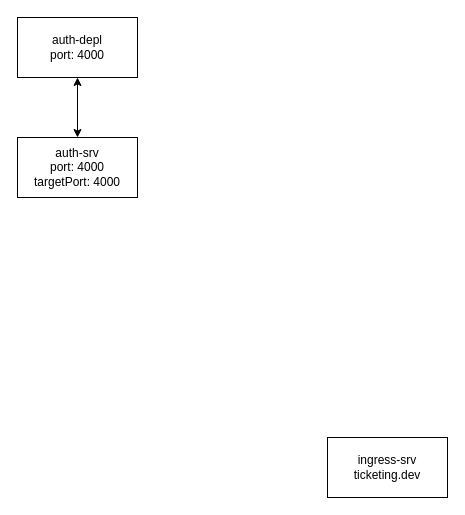
The draw.io diagram diagrams/connection_diagram.drawio in kavishkamk/ticker-hub, before the edit. Source tidied: cells renumbered, new cells numbered last; positions are measured from the earlier drawing's top-left corner, leaving out a move shared by most shapes. Both pictures are drawn from the tidied source at 100%, with x=0, y=0 at pixel (17, 17).
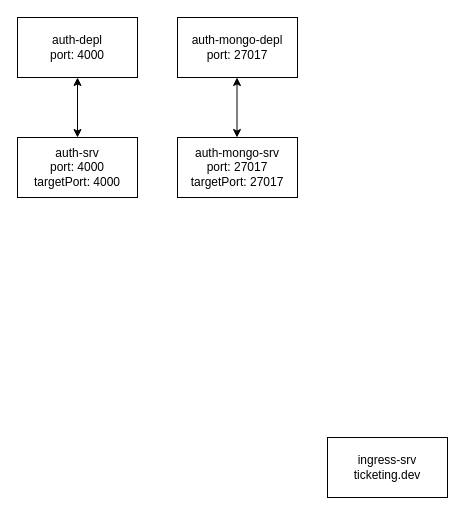
The same diagram, later.

Change to the diagram source:
```diff
@@
 <mxGraphModel>
   <root>
     <mxCell id="0" />
     <mxCell id="1" parent="0" />
     <mxCell id="2" value="auth-depl&lt;br&gt;port: 4000" style="rounded=0;whiteSpace=wrap;html=1;" parent="1" vertex="1">
       <mxGeometry width="120" height="60" as="geometry" />
     </mxCell>
     <mxCell id="3" value="auth-srv&lt;br&gt;port: 4000&lt;br&gt;targetPort: 4000" style="rounded=0;whiteSpace=wrap;html=1;" parent="1" vertex="1">
       <mxGeometry y="120" width="120" height="60" as="geometry" />
     </mxCell>
     <mxCell id="4" value="ingress-srv&lt;br&gt;ticketing.dev" style="rounded=0;whiteSpace=wrap;html=1;" parent="1" vertex="1">
       <mxGeometry x="310" y="420" width="120" height="60" as="geometry" />
     </mxCell>
     <mxCell id="5" style="endArrow=classic;startArrow=classic;html=1;rounded=0;entryX=0.5;entryY=1;entryDx=0;entryDy=0;exitX=0.5;exitY=0;exitDx=0;exitDy=0;" parent="1" edge="1" source="3" target="2">
       <mxGeometry relative="1" as="geometry" />
     </mxCell>
+    <mxCell id="6" value="auth-mongo-depl&lt;br&gt;port: 27017" style="rounded=0;whiteSpace=wrap;html=1;" parent="1" vertex="1">
+      <mxGeometry x="160" width="120" height="60" as="geometry" />
+    </mxCell>
+    <mxCell id="7" value="auth-mongo-srv&lt;br&gt;port: 27017&lt;br&gt;targetPort: 27017" style="rounded=0;whiteSpace=wrap;html=1;" parent="1" vertex="1">
+      <mxGeometry x="160" y="120" width="120" height="60" as="geometry" />
+    </mxCell>
+    <mxCell id="8" style="endArrow=classic;startArrow=classic;html=1;rounded=0;entryX=0.5;entryY=1;entryDx=0;entryDy=0;exitX=0.5;exitY=0;exitDx=0;exitDy=0;" parent="1" edge="1">
+      <mxGeometry relative="1" as="geometry">
+        <mxPoint x="219.5" y="120" as="sourcePoint" />
+        <mxPoint x="219.5" y="60" as="targetPoint" />
+      </mxGeometry>
+    </mxCell>
   </root>
 </mxGraphModel>
```
